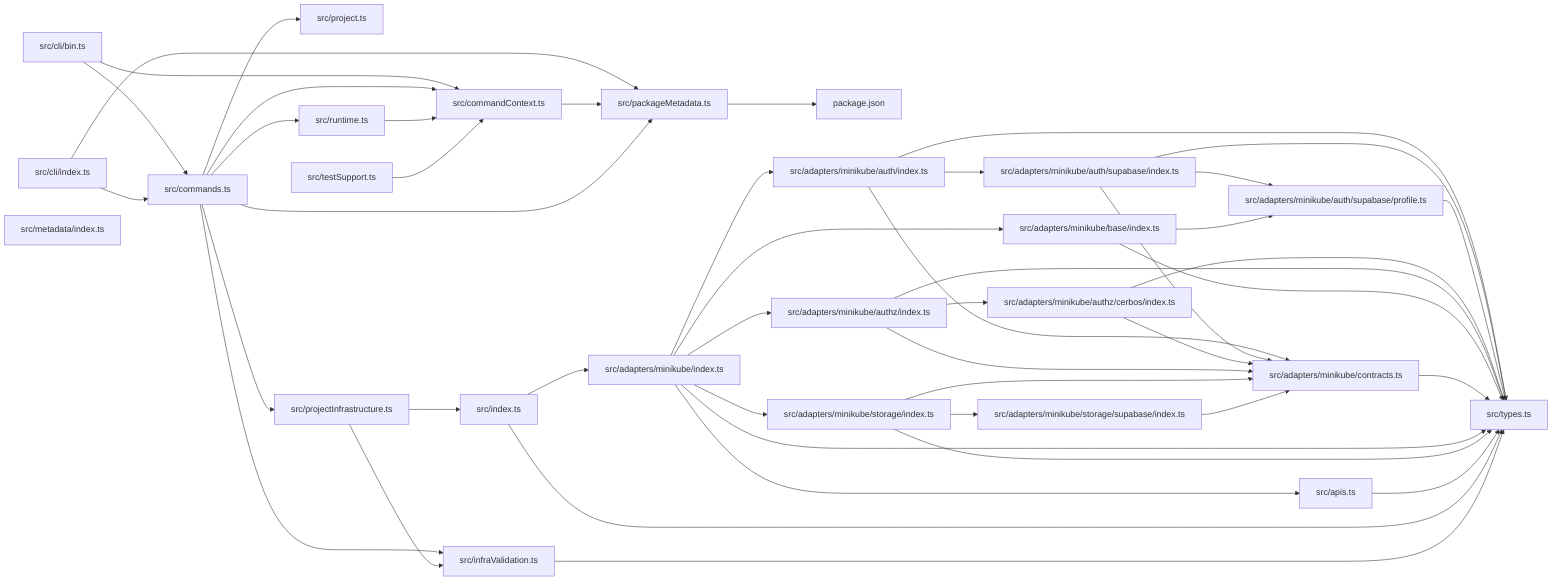
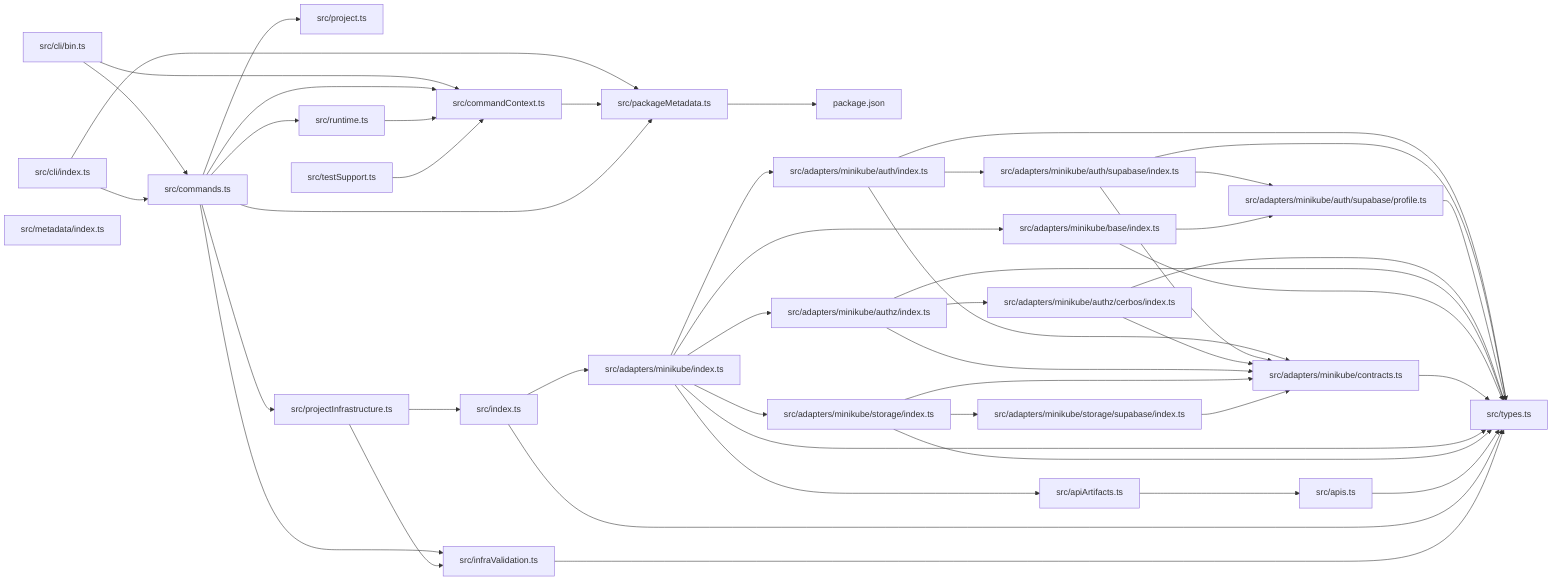
graph LR
  module_package_json["package.json"]
  module_src_adapters_minikube_auth_index_ts["src/adapters/minikube/auth/index.ts"]
  module_src_adapters_minikube_auth_supabase_index_ts["src/adapters/minikube/auth/supabase/index.ts"]
  module_src_adapters_minikube_auth_supabase_profile_ts["src/adapters/minikube/auth/supabase/profile.ts"]
  module_src_adapters_minikube_authz_cerbos_index_ts["src/adapters/minikube/authz/cerbos/index.ts"]
  module_src_adapters_minikube_authz_index_ts["src/adapters/minikube/authz/index.ts"]
  module_src_adapters_minikube_base_index_ts["src/adapters/minikube/base/index.ts"]
  module_src_adapters_minikube_contracts_ts["src/adapters/minikube/contracts.ts"]
  module_src_adapters_minikube_index_ts["src/adapters/minikube/index.ts"]
  module_src_adapters_minikube_storage_index_ts["src/adapters/minikube/storage/index.ts"]
  module_src_adapters_minikube_storage_supabase_index_ts["src/adapters/minikube/storage/supabase/index.ts"]
+   module_src_apiArtifacts_ts["src/apiArtifacts.ts"]
  module_src_apis_ts["src/apis.ts"]
  module_src_cli_bin_ts["src/cli/bin.ts"]
  module_src_cli_index_ts["src/cli/index.ts"]
  module_src_commandContext_ts["src/commandContext.ts"]
  module_src_commands_ts["src/commands.ts"]
  module_src_index_ts["src/index.ts"]
  module_src_infraValidation_ts["src/infraValidation.ts"]
  module_src_metadata_index_ts["src/metadata/index.ts"]
  module_src_packageMetadata_ts["src/packageMetadata.ts"]
  module_src_project_ts["src/project.ts"]
  module_src_projectInfrastructure_ts["src/projectInfrastructure.ts"]
  module_src_runtime_ts["src/runtime.ts"]
  module_src_testSupport_ts["src/testSupport.ts"]
  module_src_types_ts["src/types.ts"]
  module_src_adapters_minikube_auth_index_ts --> module_src_adapters_minikube_auth_supabase_index_ts
  module_src_adapters_minikube_auth_index_ts --> module_src_adapters_minikube_contracts_ts
  module_src_adapters_minikube_auth_index_ts --> module_src_types_ts
  module_src_adapters_minikube_auth_supabase_index_ts --> module_src_adapters_minikube_auth_supabase_profile_ts
  module_src_adapters_minikube_auth_supabase_index_ts --> module_src_adapters_minikube_contracts_ts
  module_src_adapters_minikube_auth_supabase_index_ts --> module_src_types_ts
  module_src_adapters_minikube_auth_supabase_profile_ts --> module_src_types_ts
  module_src_adapters_minikube_authz_cerbos_index_ts --> module_src_adapters_minikube_contracts_ts
  module_src_adapters_minikube_authz_cerbos_index_ts --> module_src_types_ts
  module_src_adapters_minikube_authz_index_ts --> module_src_adapters_minikube_authz_cerbos_index_ts
  module_src_adapters_minikube_authz_index_ts --> module_src_adapters_minikube_contracts_ts
  module_src_adapters_minikube_authz_index_ts --> module_src_types_ts
  module_src_adapters_minikube_base_index_ts --> module_src_adapters_minikube_auth_supabase_profile_ts
  module_src_adapters_minikube_base_index_ts --> module_src_types_ts
  module_src_adapters_minikube_contracts_ts --> module_src_types_ts
  module_src_adapters_minikube_index_ts --> module_src_adapters_minikube_auth_index_ts
  module_src_adapters_minikube_index_ts --> module_src_adapters_minikube_authz_index_ts
  module_src_adapters_minikube_index_ts --> module_src_adapters_minikube_base_index_ts
  module_src_adapters_minikube_index_ts --> module_src_adapters_minikube_storage_index_ts
-   module_src_adapters_minikube_index_ts --> module_src_apis_ts
+   module_src_adapters_minikube_index_ts --> module_src_apiArtifacts_ts
  module_src_adapters_minikube_index_ts --> module_src_types_ts
  module_src_adapters_minikube_storage_index_ts --> module_src_adapters_minikube_contracts_ts
  module_src_adapters_minikube_storage_index_ts --> module_src_adapters_minikube_storage_supabase_index_ts
  module_src_adapters_minikube_storage_index_ts --> module_src_types_ts
  module_src_adapters_minikube_storage_supabase_index_ts --> module_src_adapters_minikube_contracts_ts
+   module_src_apiArtifacts_ts --> module_src_apis_ts
  module_src_apis_ts --> module_src_types_ts
  module_src_cli_bin_ts --> module_src_commandContext_ts
  module_src_cli_bin_ts --> module_src_commands_ts
  module_src_cli_index_ts --> module_src_commands_ts
  module_src_cli_index_ts --> module_src_packageMetadata_ts
  module_src_commandContext_ts --> module_src_packageMetadata_ts
  module_src_commands_ts --> module_src_commandContext_ts
  module_src_commands_ts --> module_src_infraValidation_ts
  module_src_commands_ts --> module_src_packageMetadata_ts
  module_src_commands_ts --> module_src_project_ts
  module_src_commands_ts --> module_src_projectInfrastructure_ts
  module_src_commands_ts --> module_src_runtime_ts
  module_src_index_ts --> module_src_adapters_minikube_index_ts
  module_src_index_ts --> module_src_types_ts
  module_src_infraValidation_ts --> module_src_types_ts
  module_src_packageMetadata_ts --> module_package_json
  module_src_projectInfrastructure_ts --> module_src_index_ts
  module_src_projectInfrastructure_ts --> module_src_infraValidation_ts
  module_src_runtime_ts --> module_src_commandContext_ts
  module_src_testSupport_ts --> module_src_commandContext_ts
